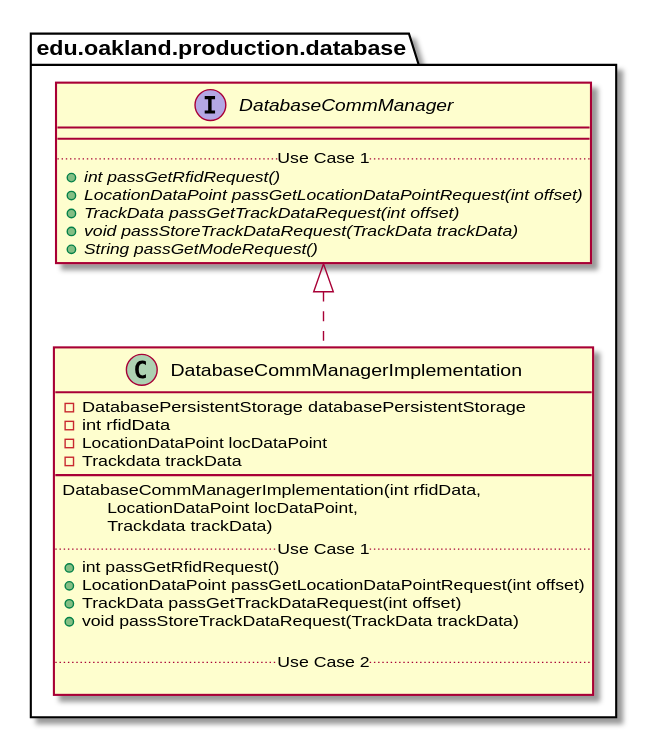
Above: docs/uml-class-diagrams/database/production/DatabaseCommManagerImplementation/DatabaseCommManagerImplementation_DirectDependencies.svg in andrewdimmer/csi-3370-software-project (PlantUML), before the change. Source of this version:
```plantuml
@startuml DatabaseCommManagerImplementation_DirectDependencies


package edu.oakland.production.database {
    class DatabaseCommManagerImplementation {
        - DatabasePersistentStorage databasePersistentStorage
        - int rfidData
        - LocationDataPoint locDataPoint
        - Trackdata trackData
        __
        DatabaseCommManagerImplementation(int rfidData,
         \tLocationDataPoint locDataPoint,
         \tTrackdata trackData)
        .. Use Case 1 ..
        + int passGetRfidRequest()
        + LocationDataPoint passGetLocationDataPointRequest(int offset)
        + TrackData passGetTrackDataRequest(int offset)
        + void passStoreTrackDataRequest(TrackData trackData)

        .. Use Case 2 ..

    }
}



package edu.oakland.production.database {
    interface DatabaseCommManager {
        __
        .. Use Case 1 ..
        {abstract} + int passGetRfidRequest()
        {abstract} + LocationDataPoint passGetLocationDataPointRequest(int offset)
        {abstract} + TrackData passGetTrackDataRequest(int offset)
        {abstract} + void passStoreTrackDataRequest(TrackData trackData)
        {abstract} + String passGetModeRequest()
    }
}

DatabaseCommManagerImplementation .up.|> DatabaseCommManager





@enduml
```
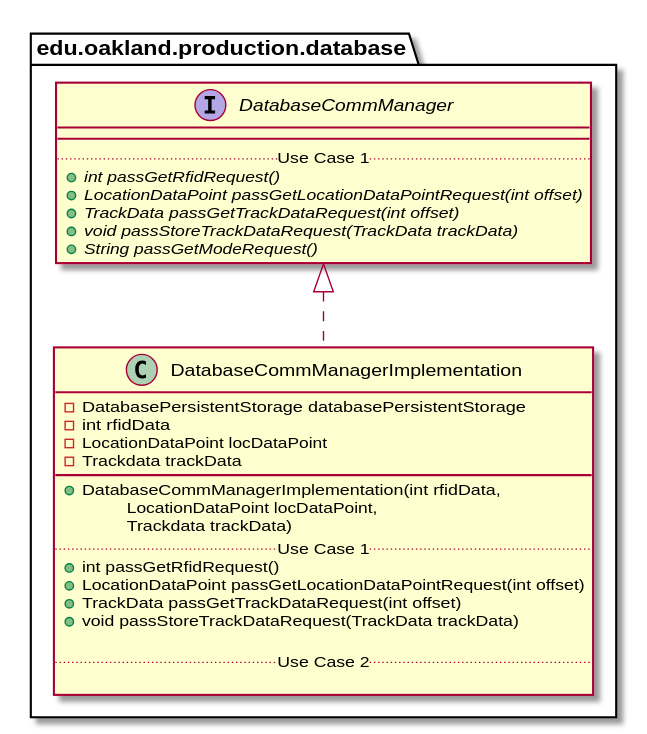
Later version of the same file.

Diff of the diagram source:
```diff
@@ -8,7 +8,7 @@
         - LocationDataPoint locDataPoint
         - Trackdata trackData
         __
-        DatabaseCommManagerImplementation(int rfidData,
+        + DatabaseCommManagerImplementation(int rfidData,
          \tLocationDataPoint locDataPoint,
          \tTrackdata trackData)
         .. Use Case 1 ..
```
